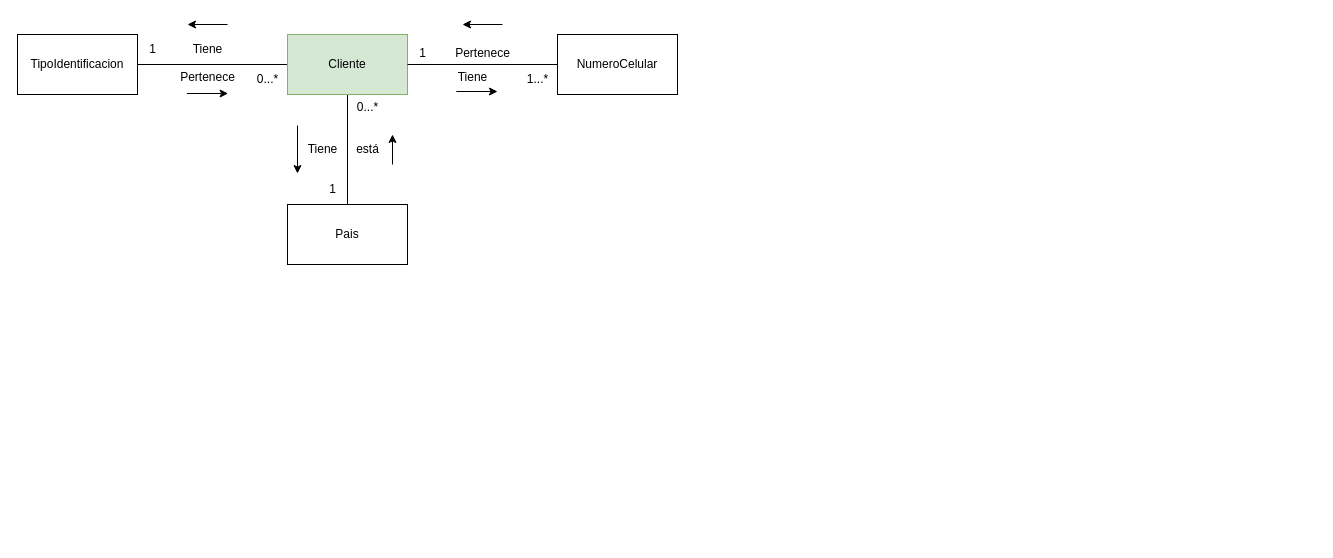
This is page "Contexto Clientes (Modelo dominio Clientes)" (2 of 16) of Restaurante_Disenio.drawio from andrescardo98/doo, a draw.io file, before an edit. Source tidied: cells renumbered, new cells numbered last; positions are measured from the earlier drawing's top-left corner, leaving out a move shared by most shapes. Both pictures are drawn from the tidied source at 100%, with x=0, y=0 at pixel (17, 24).
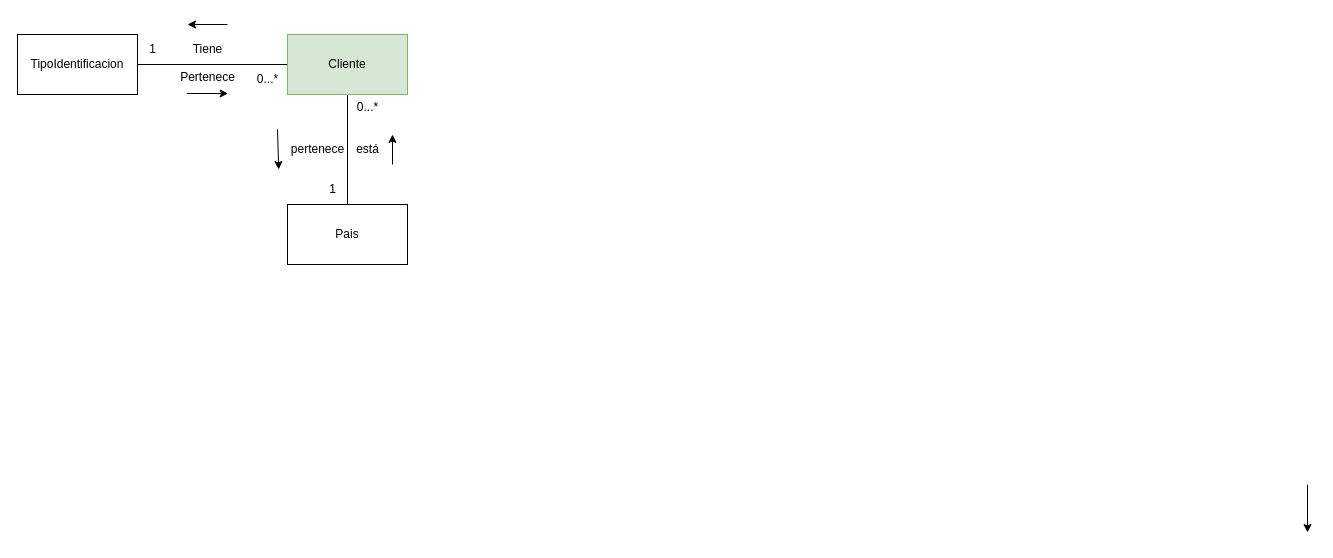
The same page after the edit.

Unchanged cells that the change refers to:
```xml
<mxCell id="4" value="Cliente" style="rounded=0;whiteSpace=wrap;html=1;fillColor=#d5e8d4;strokeColor=#82b366;" parent="1" vertex="1">
  <mxGeometry x="270" y="10" width="120" height="60" as="geometry" />
</mxCell>
```

What changed in the source:
```diff
@@
-    <mxCell id="9" value="NumeroCelular" style="rounded=0;whiteSpace=wrap;html=1;" parent="1" vertex="1">
-      <mxGeometry x="540" y="10" width="120" height="60" as="geometry" />
-    </mxCell>
-    <mxCell id="10" style="endArrow=none;html=1;rounded=0;exitX=0;exitY=0.5;exitDx=0;exitDy=0;entryX=1;entryY=0.5;entryDx=0;entryDy=0;" parent="1" edge="1" source="9" target="4">
-      <mxGeometry relative="1" as="geometry" />
-    </mxCell>
-    <mxCell id="11" value="Tiene" style="text;html=1;align=center;verticalAlign=middle;strokeColor=none;fillColor=none;" parent="1" vertex="1">
-      <mxGeometry x="430" y="38" width="50" height="30" as="geometry" />
-    </mxCell>
-    <mxCell id="12" value="1...*" style="text;html=1;align=center;verticalAlign=middle;strokeColor=none;fillColor=none;" parent="1" vertex="1">
-      <mxGeometry x="500" y="40" width="40" height="30" as="geometry" />
-    </mxCell>
-    <mxCell id="13" style="endArrow=classic;html=1;rounded=0;entryX=0.99;entryY=1;entryDx=0;entryDy=0;entryPerimeter=0;" parent="1" edge="1">
-      <mxGeometry relative="1" as="geometry">
-        <mxPoint x="438.8" y="67" as="sourcePoint" />
-        <mxPoint x="480" y="67" as="targetPoint" />
-      </mxGeometry>
-    </mxCell>
-    <mxCell id="14" style="endArrow=classic;html=1;rounded=0;" parent="1" edge="1">
-      <mxGeometry relative="1" as="geometry">
-        <mxPoint x="485" as="sourcePoint" />
-        <mxPoint x="445" as="targetPoint" />
-      </mxGeometry>
-    </mxCell>
-    <mxCell id="15" value="1" style="text;html=1;align=center;verticalAlign=middle;strokeColor=none;fillColor=none;" parent="1" vertex="1">
-      <mxGeometry x="390" y="14" width="30" height="30" as="geometry" />
-    </mxCell>
-    <mxCell id="16" value="Pertenece" style="text;html=1;align=center;verticalAlign=middle;strokeColor=none;fillColor=none;" parent="1" vertex="1">
-      <mxGeometry x="425" y="14" width="80" height="30" as="geometry" />
-    </mxCell>
@@
-    <mxCell id="21" value="Tiene" style="text;html=1;align=center;verticalAlign=middle;strokeColor=none;fillColor=none;" parent="1" vertex="1">
-      <mxGeometry x="280" y="110" width="50" height="30" as="geometry" />
+    <mxCell id="21" value="pertenece" style="text;html=1;align=center;verticalAlign=middle;strokeColor=none;fillColor=none;" parent="1" vertex="1">
+      <mxGeometry x="260" y="110" width="80" height="30" as="geometry" />
     </mxCell>
     <mxCell id="22" style="endArrow=classic;html=1;rounded=0;" parent="1" edge="1">
       <mxGeometry relative="1" as="geometry">
-        <mxPoint x="280" y="101" as="sourcePoint" />
-        <mxPoint x="280" y="149" as="targetPoint" />
+        <mxPoint x="1290" y="460" as="sourcePoint" />
+        <mxPoint x="1290" y="508" as="targetPoint" />
       </mxGeometry>
     </mxCell>
@@
+    <mxCell id="27" style="endArrow=classic;html=1;rounded=0;" parent="1" edge="1">
+      <mxGeometry relative="1" as="geometry">
+        <mxPoint x="260" y="105" as="sourcePoint" />
+        <mxPoint x="261.2" y="145" as="targetPoint" />
+      </mxGeometry>
+    </mxCell>
```
